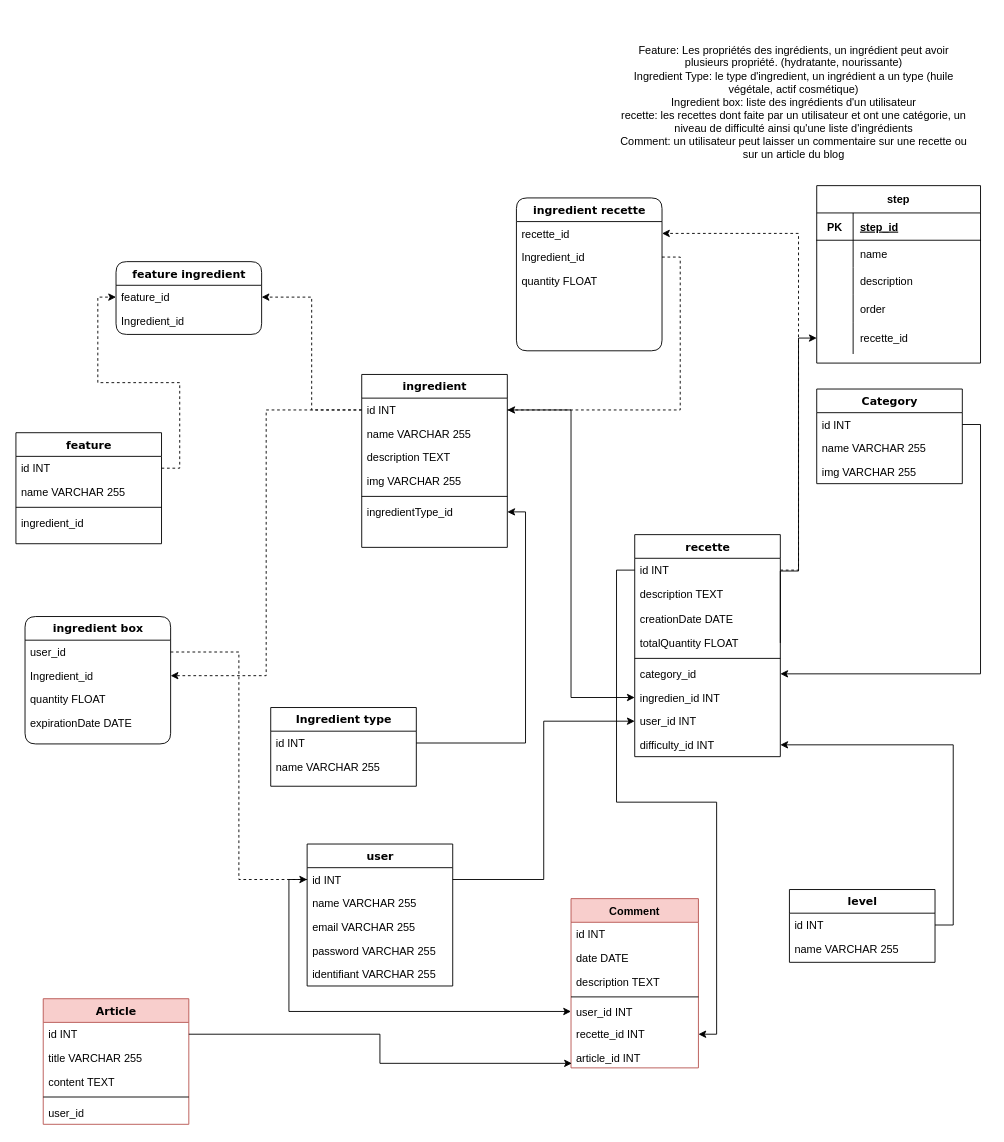
The draw.io diagram UML (2).drawio in 4cece/diy, before the edit. Source tidied: cells renumbered, new cells numbered last; positions are measured from the earlier drawing's top-left corner, leaving out a move shared by most shapes. Both pictures are drawn from the tidied source at 91%, with x=0, y=0 at pixel (15, 15).
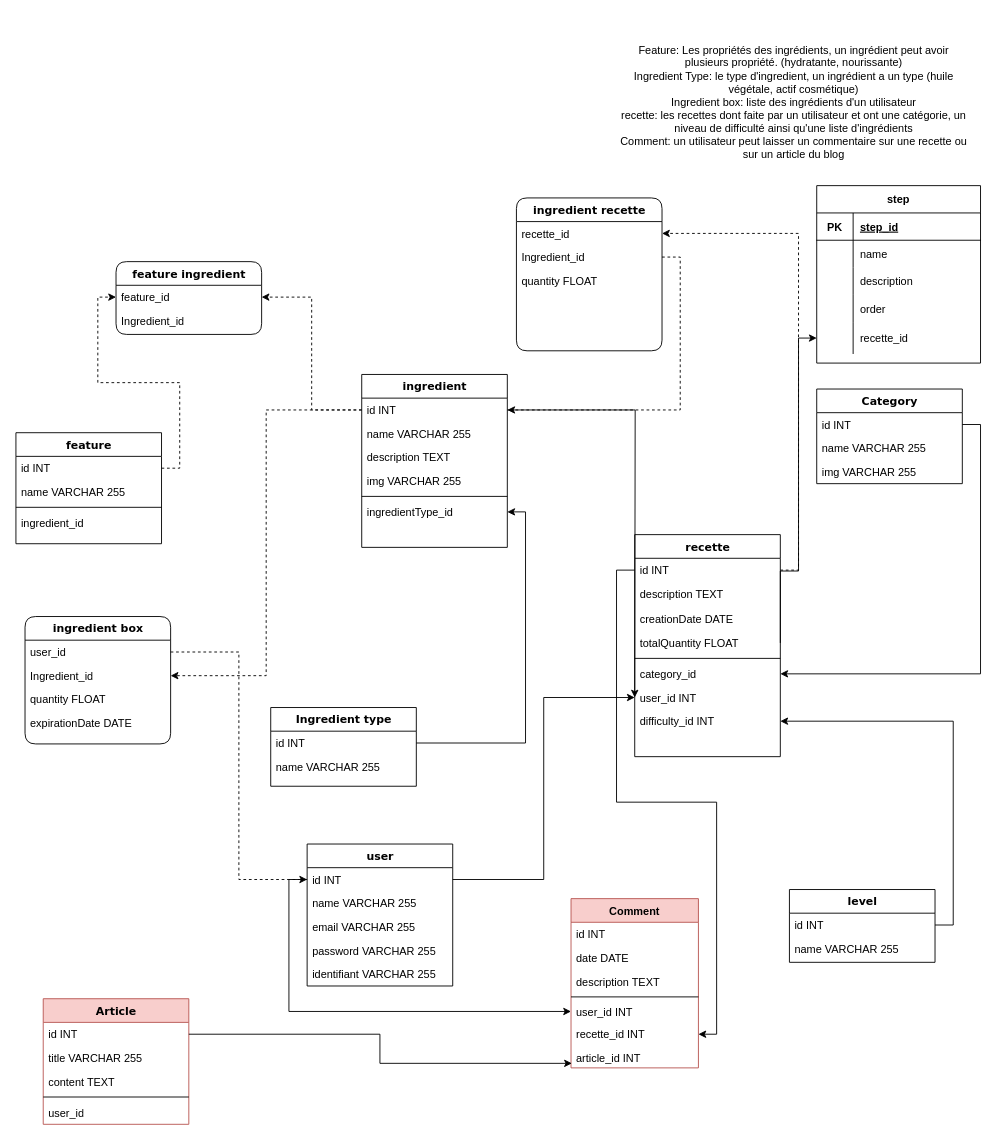
Above is the later version.

The change refers to these unchanged cells:
```xml
<mxCell id="3" value="id INT" style="text;html=1;strokeColor=none;fillColor=none;align=left;verticalAlign=top;spacingLeft=4;spacingRight=4;whiteSpace=wrap;overflow=hidden;points=[[0,0.5],[1,0.5]];portConstraint=eastwest;" parent="2" vertex="1">
  <mxGeometry y="26" width="160" height="26" as="geometry" />
</mxCell>
<mxCell id="23" value="recette" style="swimlane;html=1;fontStyle=1;align=center;verticalAlign=top;horizontal=1;startSize=26;swimlaneFillColor=#ffffff;rounded=0;shadow=0;comic=0;labelBackgroundColor=none;strokeWidth=1;fillColor=none;fontFamily=Verdana;fontSize=12;" parent="1" vertex="1">
  <mxGeometry x="680" y="570" width="160" height="244" as="geometry" />
</mxCell>
```

Change to the diagram source:
```diff
@@
-    <mxCell id="30" value="ingredien_id INT" style="text;html=1;strokeColor=none;fillColor=none;align=left;verticalAlign=top;spacingLeft=4;spacingRight=4;whiteSpace=wrap;overflow=hidden;points=[[0,0.5],[1,0.5]];portConstraint=eastwest;" parent="23" vertex="1">
-      <mxGeometry y="166" width="160" height="26" as="geometry" />
-    </mxCell>
     <mxCell id="31" value="user_id INT" style="text;html=1;strokeColor=none;fillColor=none;align=left;verticalAlign=top;spacingLeft=4;spacingRight=4;whiteSpace=wrap;overflow=hidden;points=[[0,0.5],[1,0.5]];portConstraint=eastwest;" parent="23" vertex="1">
-      <mxGeometry y="192" width="160" height="26" as="geometry" />
+      <mxGeometry y="166" width="160" height="26" as="geometry" />
     </mxCell>
     <mxCell id="32" value="difficulty_id INT" style="text;html=1;strokeColor=none;fillColor=none;align=left;verticalAlign=top;spacingLeft=4;spacingRight=4;whiteSpace=wrap;overflow=hidden;points=[[0,0.5],[1,0.5]];portConstraint=eastwest;" parent="23" vertex="1">
-      <mxGeometry y="218" width="160" height="26" as="geometry" />
+      <mxGeometry y="192" width="160" height="26" as="geometry" />
     </mxCell>
@@
-    <mxCell id="43" style="edgeStyle=orthogonalEdgeStyle;rounded=0;jettySize=auto;html=1;exitX=1;exitY=0.5;exitDx=0;exitDy=0;" parent="1" edge="1" source="3" target="30">
-      <mxGeometry relative="1" as="geometry" />
+    <mxCell id="43" style="edgeStyle=orthogonalEdgeStyle;rounded=0;jettySize=auto;html=1;exitX=1;exitY=0.5;exitDx=0;exitDy=0;" parent="1" edge="1" source="3">
+      <mxGeometry relative="1" as="geometry">
+        <mxPoint x="680" y="749" as="targetPoint" />
+      </mxGeometry>
     </mxCell>
```
